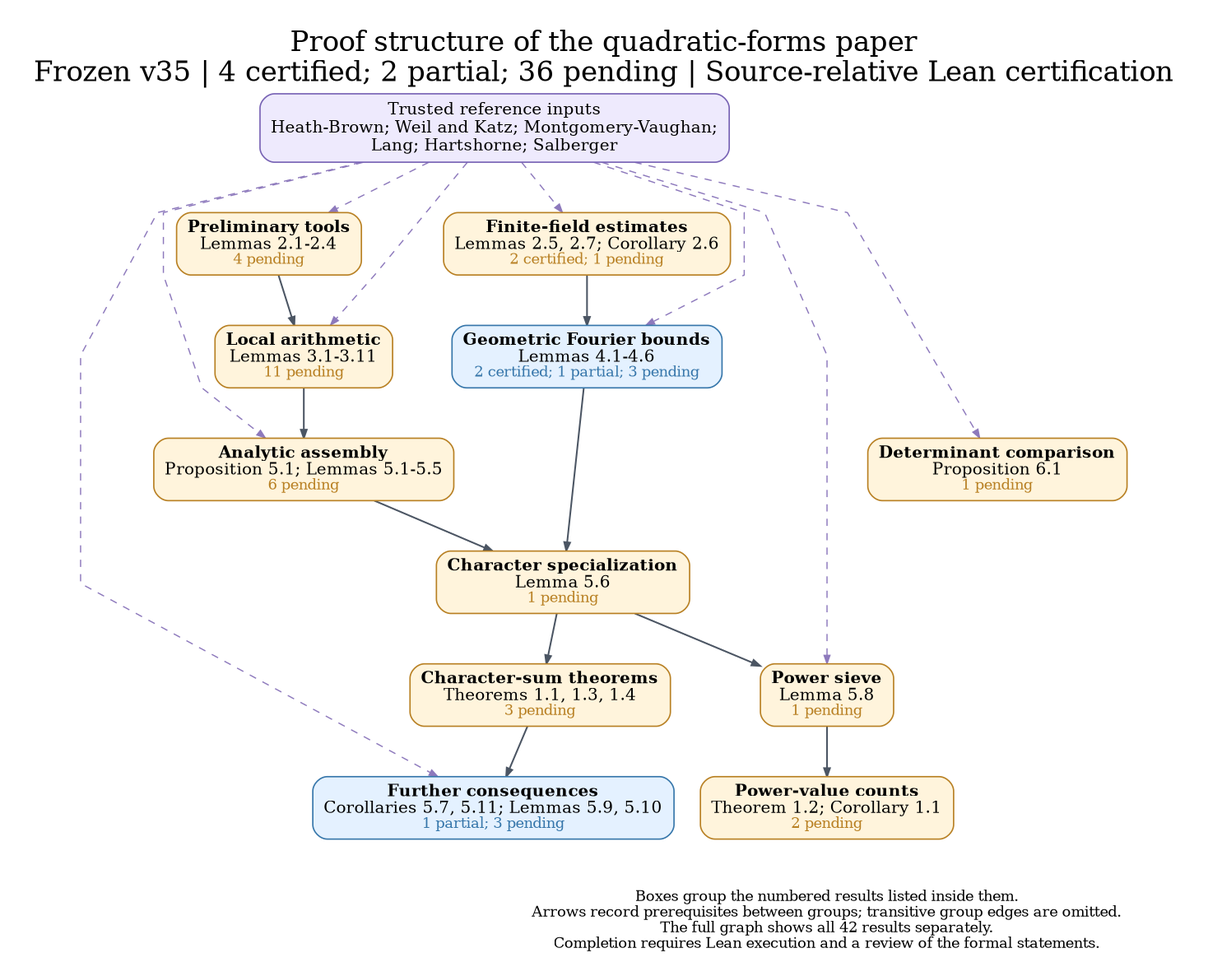
This is docs/dependency_overview.png from nicolasrobles/quaternary-quadratic-forms, a Graphviz export, as it was before one commit. Its source is kept beside it as docs/dependency_overview.dot.
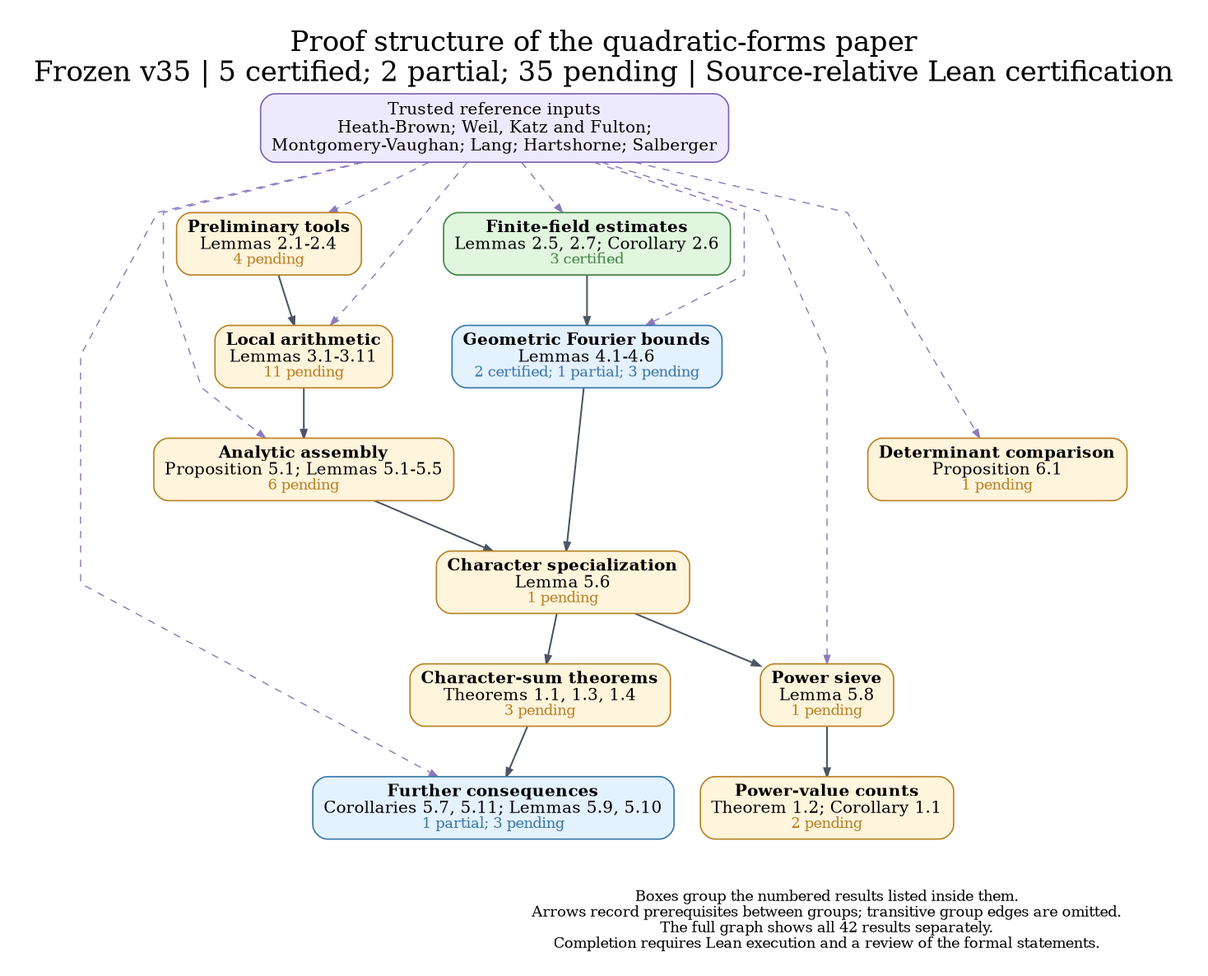
The same file after the commit.

The edit, as a diff of the source:
```diff
@@ -1,14 +1,14 @@
 digraph Overview {
 graph [rankdir=TB, newrank=true, compound=true, outputorder=edgesfirst,
   bgcolor="white", fontname="DejaVu Serif", fontsize=23, labelloc=t,
-  label="Proof structure of the quadratic-forms paper\nFrozen v35 | 4 certified; 2 partial; 36 pending | Source-relative Lean certification",
+  label="Proof structure of the quadratic-forms paper\nFrozen v35 | 5 certified; 2 partial; 35 pending | Source-relative Lean certification",
   nodesep=0.30, ranksep=0.58, pad=0.28, splines=polyline];
 node [shape=box, style="rounded,filled", fillcolor="#fff4dc", color="#b88023",
   fontname="DejaVu Serif", fontsize=14, penwidth=1.15, margin="0.12,0.09"];
 edge [color="#4b5563", arrowsize=0.70, penwidth=1.05];
-sources [label="Trusted reference inputs\nHeath-Brown; Weil and Katz; Montgomery-Vaughan;\nLang; Hartshorne; Salberger", fillcolor="#eeeafd", color="#7762b4", fontsize=14];
+sources [label="Trusted reference inputs\nHeath-Brown; Weil, Katz and Fulton;\nMontgomery-Vaughan; Lang; Hartshorne; Salberger", fillcolor="#eeeafd", color="#7762b4", fontsize=14];
 "prelim" [label=<<B>Preliminary tools</B><BR/>Lemmas 2.1-2.4<BR/><FONT POINT-SIZE="12" COLOR="#b88023">4 pending</FONT>>, fillcolor="#fff4dc", color="#b88023", URL="https://github.com/nicolasrobles/quaternary-quadratic-forms/blob/main/INVENTORY.md", target="_blank"];
-"finite" [label=<<B>Finite-field estimates</B><BR/>Lemmas 2.5, 2.7; Corollary 2.6<BR/><FONT POINT-SIZE="12" COLOR="#b88023">2 certified; 1 pending</FONT>>, fillcolor="#fff4dc", color="#b88023", URL="https://github.com/nicolasrobles/quaternary-quadratic-forms/blob/main/INVENTORY.md", target="_blank"];
+"finite" [label=<<B>Finite-field estimates</B><BR/>Lemmas 2.5, 2.7; Corollary 2.6<BR/><FONT POINT-SIZE="12" COLOR="#408342">3 certified</FONT>>, fillcolor="#e1f5df", color="#408342", URL="https://github.com/nicolasrobles/quaternary-quadratic-forms/blob/main/INVENTORY.md", target="_blank"];
 "local" [label=<<B>Local arithmetic</B><BR/>Lemmas 3.1-3.11<BR/><FONT POINT-SIZE="12" COLOR="#b88023">11 pending</FONT>>, fillcolor="#fff4dc", color="#b88023", URL="https://github.com/nicolasrobles/quaternary-quadratic-forms/blob/main/INVENTORY.md", target="_blank"];
 "fourier" [label=<<B>Geometric Fourier bounds</B><BR/>Lemmas 4.1-4.6<BR/><FONT POINT-SIZE="12" COLOR="#3676aa">2 certified; 1 partial; 3 pending</FONT>>, fillcolor="#e4f1ff", color="#3676aa", URL="https://github.com/nicolasrobles/quaternary-quadratic-forms/blob/main/INVENTORY.md", target="_blank"];
 "analytic" [label=<<B>Analytic assembly</B><BR/>Proposition 5.1; Lemmas 5.1-5.5<BR/><FONT POINT-SIZE="12" COLOR="#b88023">6 pending</FONT>>, fillcolor="#fff4dc", color="#b88023", URL="https://github.com/nicolasrobles/quaternary-quadratic-forms/blob/main/INVENTORY.md", target="_blank"];
```
